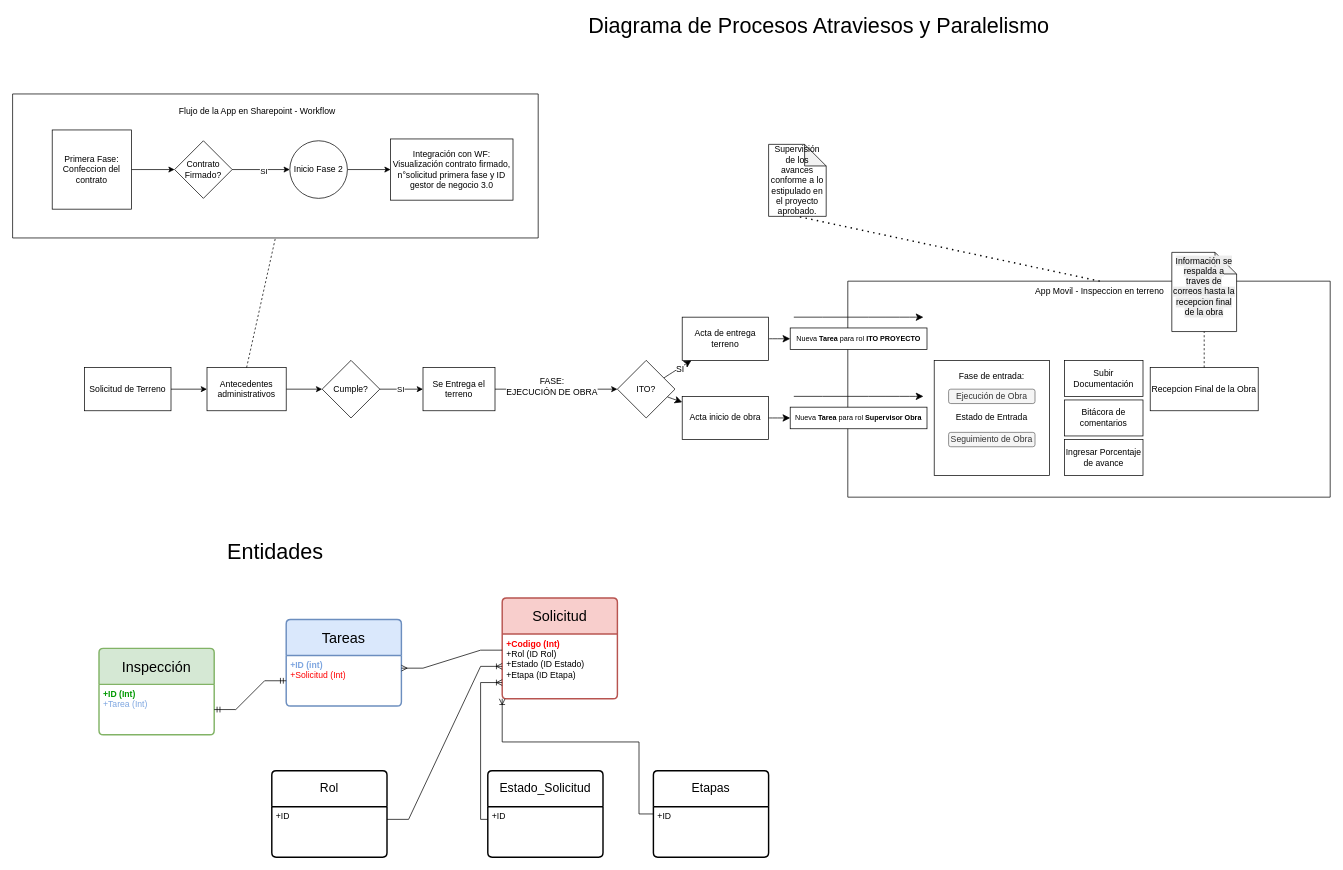
This is DiagramaApp.drawio from royarzunsaire/mi-pwa-frontend, a draw.io file, before an edit. Source tidied: cells renumbered, new cells numbered last; positions are measured from the earlier drawing's top-left corner, leaving out a move shared by most shapes. Both pictures are drawn from the tidied source at 72%, with x=0, y=0 at pixel (12, 14).
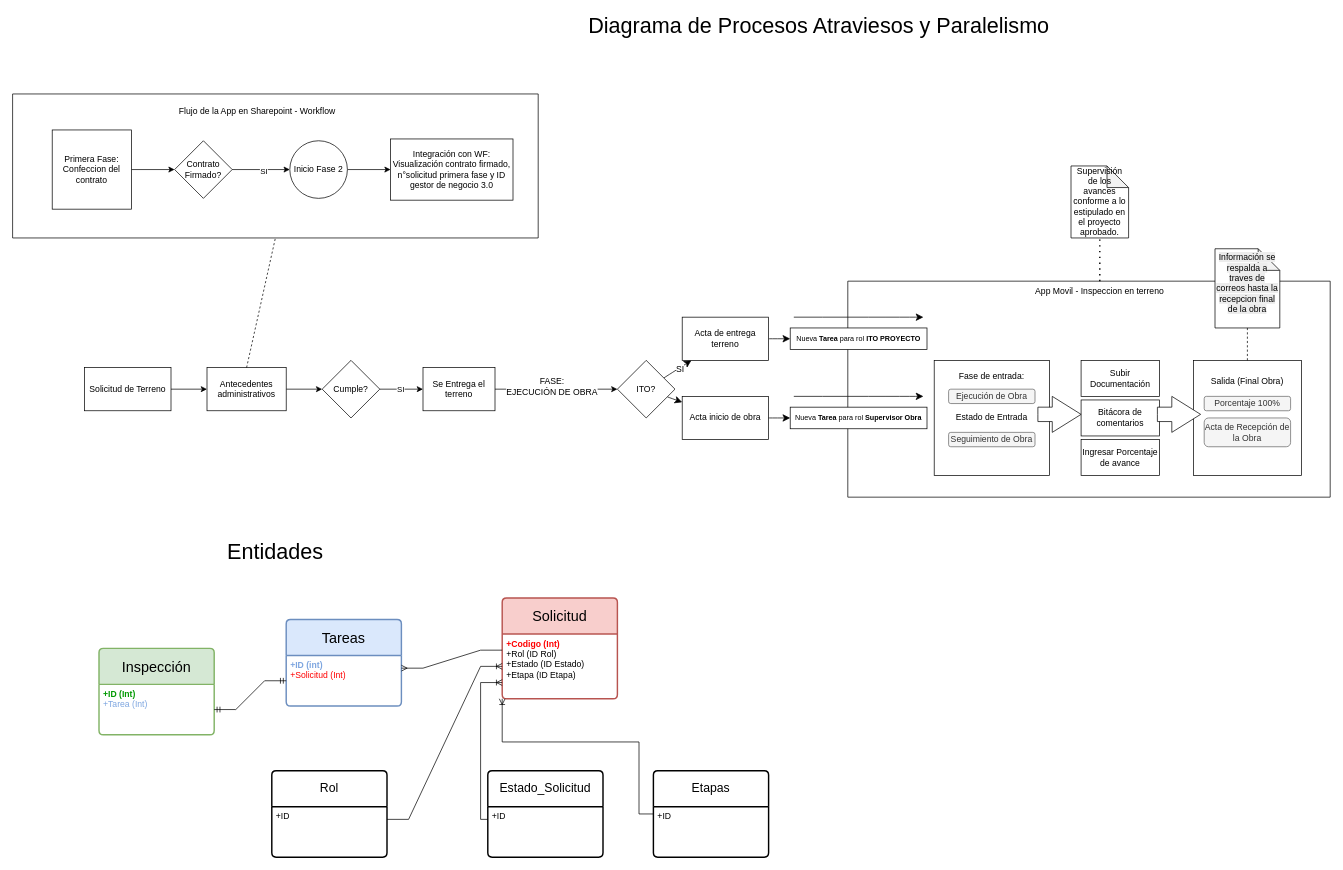
The same diagram, later.

The change refers to these unchanged cells:
```xml
<mxCell id="14" style="swimlane;startSize=0;" parent="1" vertex="1">
  <mxGeometry x="1160" y="370" width="670" height="300" as="geometry" />
</mxCell>
```

Change to the diagram source:
```diff
@@
-    <mxCell id="13" value="Recepcion Final de la Obra" style="whiteSpace=wrap;html=1;rounded=0;" parent="1" vertex="1">
-      <mxGeometry x="1580" y="490" width="150" height="60" as="geometry" />
-    </mxCell>
@@
     <mxCell id="19" value="Subir Documentación" style="rounded=0;whiteSpace=wrap;html=1;" parent="14" vertex="1">
-      <mxGeometry x="301" y="110" width="109" height="50" as="geometry" />
+      <mxGeometry x="324" y="110" width="109" height="50" as="geometry" />
     </mxCell>
     <mxCell id="20" value="Bitácora de comentarios" style="rounded=0;whiteSpace=wrap;html=1;" parent="14" vertex="1">
-      <mxGeometry x="301" y="165" width="109" height="50" as="geometry" />
+      <mxGeometry x="324" y="165" width="109" height="50" as="geometry" />
     </mxCell>
     <mxCell id="21" value="Ingresar Porcentaje de avance" style="rounded=0;whiteSpace=wrap;html=1;" parent="14" vertex="1">
-      <mxGeometry x="301" y="220" width="109" height="50" as="geometry" />
+      <mxGeometry x="324" y="220" width="109" height="50" as="geometry" />
     </mxCell>
@@
+    <mxCell id="13" value="Salida (Final Obra)&lt;br&gt;&lt;div&gt;&lt;br&gt;&lt;/div&gt;&lt;div&gt;&lt;br&gt;&lt;/div&gt;&lt;div&gt;&lt;br&gt;&lt;/div&gt;&lt;div&gt;&lt;br&gt;&lt;/div&gt;&lt;div&gt;&lt;br&gt;&lt;/div&gt;&lt;div&gt;&lt;br&gt;&lt;/div&gt;&lt;div&gt;&lt;br&gt;&lt;/div&gt;" style="whiteSpace=wrap;html=1;rounded=0;" parent="14" vertex="1">
+      <mxGeometry x="480" y="110" width="150" height="160" as="geometry" />
+    </mxCell>
+    <mxCell id="68" value="Acta de Recepción de la Obra" style="rounded=1;whiteSpace=wrap;html=1;fillColor=#f5f5f5;fontColor=#333333;strokeColor=#666666;" parent="14" vertex="1">
+      <mxGeometry x="495" y="190" width="120" height="40" as="geometry" />
+    </mxCell>
+    <mxCell id="69" value="Porcentaje 100%" style="rounded=1;whiteSpace=wrap;html=1;fillColor=#f5f5f5;fontColor=#333333;strokeColor=#666666;" parent="14" vertex="1">
+      <mxGeometry x="495" y="160" width="120" height="20" as="geometry" />
+    </mxCell>
+    <mxCell id="70" style="html=1;shadow=0;dashed=0;align=center;verticalAlign=middle;shape=mxgraph.arrows2.arrow;dy=0.6;dx=40;notch=0;" parent="14" vertex="1">
+      <mxGeometry x="264" y="160" width="60" height="50" as="geometry" />
+    </mxCell>
+    <mxCell id="71" style="html=1;shadow=0;dashed=0;align=center;verticalAlign=middle;shape=mxgraph.arrows2.arrow;dy=0.6;dx=40;notch=0;" parent="14" vertex="1">
+      <mxGeometry x="430" y="160" width="60" height="50" as="geometry" />
+    </mxCell>
+    <mxCell id="37" value="&#10;&lt;span style=&quot;color: rgb(0, 0, 0); font-family: Helvetica; font-size: 12px; font-style: normal; font-variant-ligatures: normal; font-variant-caps: normal; font-weight: 400; letter-spacing: normal; orphans: 2; text-align: center; text-indent: 0px; text-transform: none; widows: 2; word-spacing: 0px; -webkit-text-stroke-width: 0px; white-space: normal; background-color: rgb(236, 236, 236); text-decoration-thickness: initial; text-decoration-style: initial; text-decoration-color: initial; display: inline !important; float: none;&quot;&gt;Información se respalda a traves de correos hasta la recepcion final de la obra&lt;/span&gt;&#10;&#10;" style="shape=note;whiteSpace=wrap;html=1;backgroundOutline=1;darkOpacity=0.05;" parent="14" vertex="1">
+      <mxGeometry x="510" y="-45" width="90" height="110" as="geometry" />
+    </mxCell>
+    <mxCell id="38" style="endArrow=none;dashed=1;html=1;rounded=0;entryX=0.5;entryY=1;entryDx=0;entryDy=0;entryPerimeter=0;exitX=0.5;exitY=0;exitDx=0;exitDy=0;" parent="14" edge="1" source="13" target="37">
+      <mxGeometry relative="1" as="geometry" />
+    </mxCell>
@@
     <mxCell id="36" value="Supervisión de los avances conforme a lo estipulado en el proyecto aprobado." style="shape=note;whiteSpace=wrap;html=1;backgroundOutline=1;darkOpacity=0.05;" parent="1" vertex="1">
-      <mxGeometry x="1050" y="180" width="80" height="100" as="geometry" />
+      <mxGeometry x="1470" y="210" width="80" height="100" as="geometry" />
     </mxCell>
-    <mxCell id="37" value="&#10;&lt;span style=&quot;color: rgb(0, 0, 0); font-family: Helvetica; font-size: 12px; font-style: normal; font-variant-ligatures: normal; font-variant-caps: normal; font-weight: 400; letter-spacing: normal; orphans: 2; text-align: center; text-indent: 0px; text-transform: none; widows: 2; word-spacing: 0px; -webkit-text-stroke-width: 0px; white-space: normal; background-color: rgb(236, 236, 236); text-decoration-thickness: initial; text-decoration-style: initial; text-decoration-color: initial; display: inline !important; float: none;&quot;&gt;Información se respalda a traves de correos hasta la recepcion final de la obra&lt;/span&gt;&#10;&#10;" style="shape=note;whiteSpace=wrap;html=1;backgroundOutline=1;darkOpacity=0.05;" parent="1" vertex="1">
-      <mxGeometry x="1610" y="330" width="90" height="110" as="geometry" />
-    </mxCell>
-    <mxCell id="38" style="endArrow=none;dashed=1;html=1;rounded=0;entryX=0.5;entryY=1;entryDx=0;entryDy=0;entryPerimeter=0;exitX=0.5;exitY=0;exitDx=0;exitDy=0;" parent="1" edge="1" source="13" target="37">
-      <mxGeometry relative="1" as="geometry" />
-    </mxCell>
```
